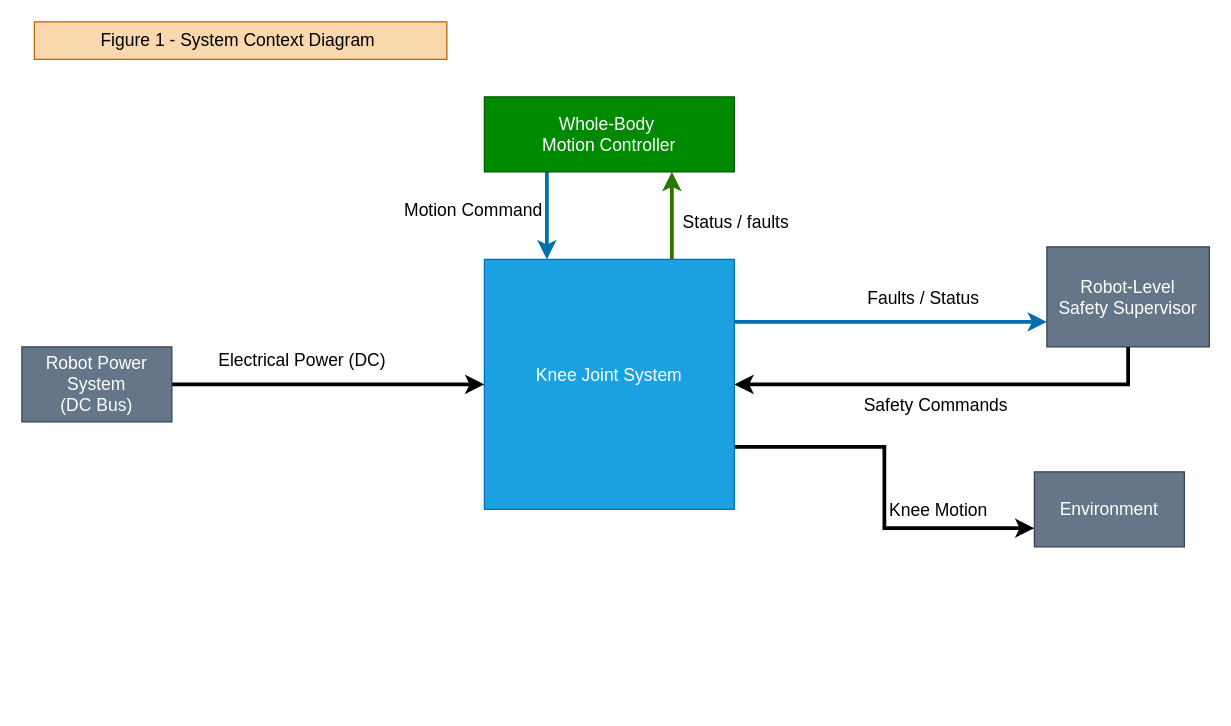
The draw.io diagram page "01_System_Context_Diagram" (1 of 6) of diagrams/Diagrams.drawio in sjois13/humanoid-knee-joint-safety-demonstrator, before the edit. Source tidied: cells renumbered, new cells numbered last; positions are measured from the earlier drawing's top-left corner, leaving out a move shared by most shapes. Both pictures are drawn from the tidied source at 125%, with x=0, y=0 at pixel (21, 21).
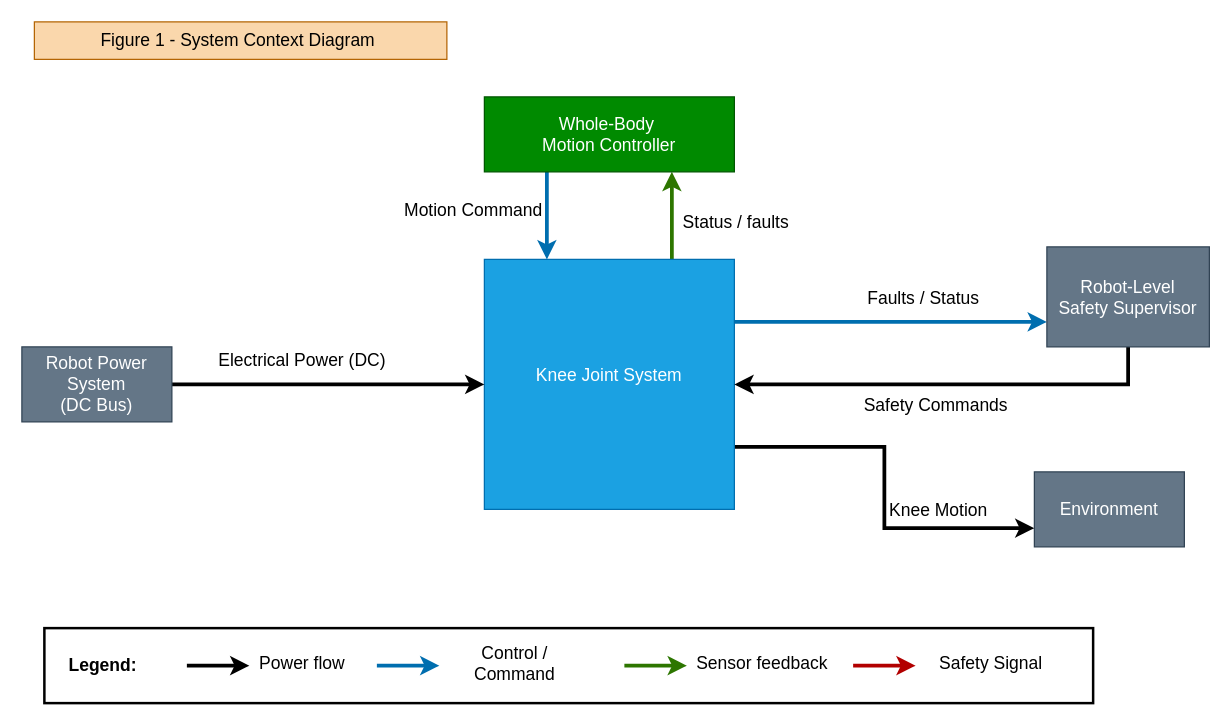
The same page after the edit.

Commit message (it also covers changes not shown here):
Refine system architecture diagram with Legend

Diff of the diagram source:
```diff
@@
+    <mxCell id="20" style="rounded=0;whiteSpace=wrap;html=1;strokeWidth=2;" parent="1" vertex="1">
+      <mxGeometry x="18" y="485" width="839" height="60" as="geometry" />
+    </mxCell>
@@
+    <mxCell id="21" style="endArrow=classic;html=1;rounded=0;strokeWidth=3;fontSize=14;" parent="1" edge="1">
+      <mxGeometry relative="1" as="geometry">
+        <mxPoint x="132" y="515" as="sourcePoint" />
+        <mxPoint x="182" y="515" as="targetPoint" />
+      </mxGeometry>
+    </mxCell>
+    <mxCell id="22" value="Power flow" style="text;html=1;whiteSpace=wrap;strokeColor=none;fillColor=none;align=center;verticalAlign=middle;rounded=0;fontSize=14;" parent="1" vertex="1">
+      <mxGeometry x="187" y="500" width="75" height="26" as="geometry" />
+    </mxCell>
+    <mxCell id="23" style="endArrow=classic;html=1;rounded=0;strokeWidth=3;fillColor=#1ba1e2;strokeColor=#006EAF;fontSize=14;" parent="1" edge="1">
+      <mxGeometry relative="1" as="geometry">
+        <mxPoint x="284" y="515" as="sourcePoint" />
+        <mxPoint x="334" y="515" as="targetPoint" />
+      </mxGeometry>
+    </mxCell>
+    <mxCell id="24" value="Control / Command" style="text;html=1;whiteSpace=wrap;strokeColor=none;fillColor=none;align=center;verticalAlign=middle;rounded=0;fontSize=14;" parent="1" vertex="1">
+      <mxGeometry x="339" y="500" width="111" height="26" as="geometry" />
+    </mxCell>
+    <mxCell id="25" style="endArrow=classic;html=1;rounded=0;strokeWidth=3;fillColor=#60a917;strokeColor=#2D7600;fontSize=14;" parent="1" edge="1">
+      <mxGeometry relative="1" as="geometry">
+        <mxPoint x="482" y="515" as="sourcePoint" />
+        <mxPoint x="532" y="515" as="targetPoint" />
+      </mxGeometry>
+    </mxCell>
+    <mxCell id="26" value="Sensor feedback" style="text;html=1;whiteSpace=wrap;strokeColor=none;fillColor=none;align=center;verticalAlign=middle;rounded=0;fontSize=14;" parent="1" vertex="1">
+      <mxGeometry x="537" y="500" width="111" height="26" as="geometry" />
+    </mxCell>
+    <mxCell id="27" style="endArrow=classic;html=1;rounded=0;strokeWidth=3;fillColor=#e51400;strokeColor=#B20000;fontSize=14;" parent="1" edge="1">
+      <mxGeometry relative="1" as="geometry">
+        <mxPoint x="665" y="515" as="sourcePoint" />
+        <mxPoint x="715" y="515" as="targetPoint" />
+      </mxGeometry>
+    </mxCell>
+    <mxCell id="28" value="Safety Signal" style="text;html=1;whiteSpace=wrap;strokeColor=none;fillColor=none;align=center;verticalAlign=middle;rounded=0;fontSize=14;" parent="1" vertex="1">
+      <mxGeometry x="720" y="500" width="111" height="26" as="geometry" />
+    </mxCell>
+    <mxCell id="29" value="&lt;b&gt;Legend:&lt;/b&gt;" style="text;html=1;whiteSpace=wrap;strokeColor=none;fillColor=none;align=center;verticalAlign=middle;rounded=0;fontSize=14;" parent="1" vertex="1">
+      <mxGeometry x="35" y="500" width="60" height="30" as="geometry" />
+    </mxCell>
```
